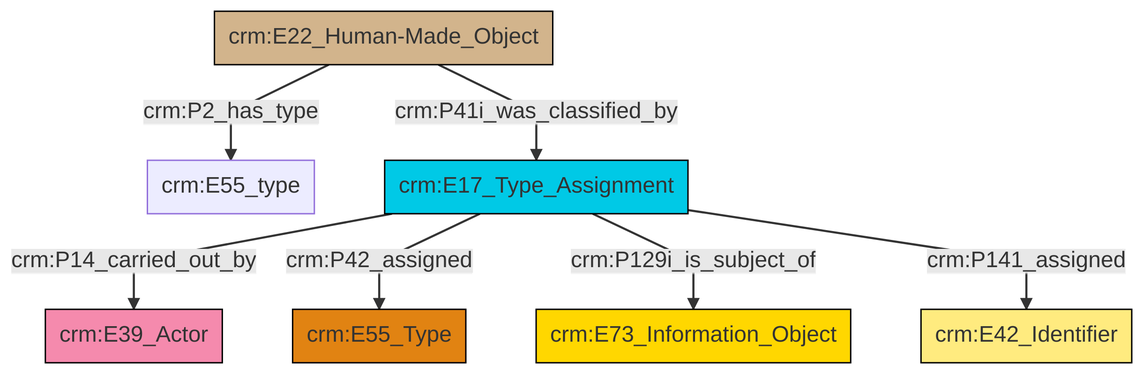
Before: et/builtWorkCSV/ttl/mmd/png/Built_Work_designation_status.png, a diagram exported from Mermaid (swiss-art-research-net/reference-data-models). Its source is kept beside it as et/builtWorkCSV/ttl/mmd/Built_Work_designation_status.ttl.mmd.
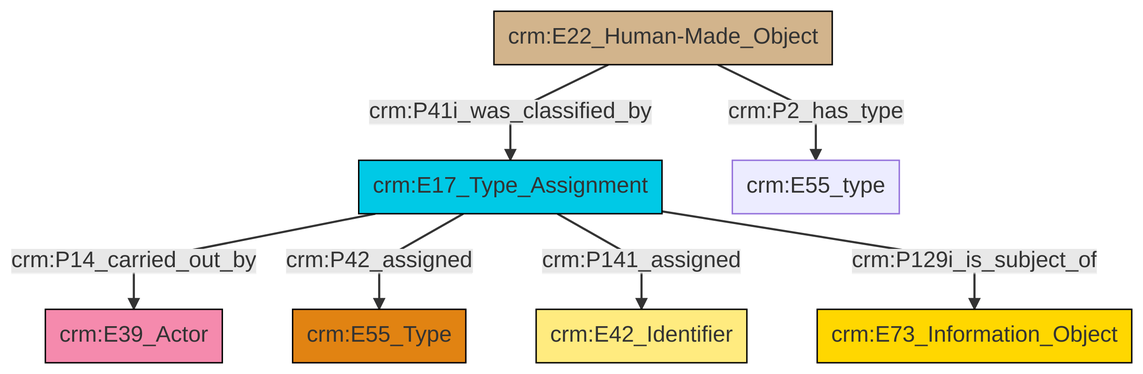
After the change.

What changed in the source:
```diff
@@ -13,9 +13,9 @@
 classDef PC_Classes fill:#4ce600, stroke:#000000;
 classDef Multi fill:#cccccc,stroke:#000000;
 
-4["crm:E22_Human-Made_Object"]:::Physical_Thing -->|crm:P41i_was_classified_by| 5["crm:E17_Type_Assignment"]:::Temporal_Entity
-5["crm:E17_Type_Assignment"]:::Temporal_Entity -->|crm:P14_carried_out_by| 9["crm:E39_Actor"]:::Actor
-5["crm:E17_Type_Assignment"]:::Temporal_Entity -->|crm:P42_assigned| 10["crm:E55_Type"]:::Type
-5["crm:E17_Type_Assignment"]:::Temporal_Entity -->|crm:P129i_is_subject_of| 2["crm:E73_Information_Object"]:::Conceptual_Object
-5["crm:E17_Type_Assignment"]:::Temporal_Entity -->|crm:P141_assigned| 7["crm:E42_Identifier"]:::Appellation
-4["crm:E22_Human-Made_Object"]:::Physical_Thing -->|crm:P2_has_type| 0["crm:E55_type"]:::Default
+0["crm:E17_Type_Assignment"]:::Temporal_Entity -->|crm:P14_carried_out_by| 1["crm:E39_Actor"]:::Actor
+0["crm:E17_Type_Assignment"]:::Temporal_Entity -->|crm:P42_assigned| 2["crm:E55_Type"]:::Type
+4["crm:E22_Human-Made_Object"]:::Physical_Thing -->|crm:P2_has_type| 5["crm:E55_type"]:::Default
+0["crm:E17_Type_Assignment"]:::Temporal_Entity -->|crm:P141_assigned| 6["crm:E42_Identifier"]:::Appellation
+4["crm:E22_Human-Made_Object"]:::Physical_Thing -->|crm:P41i_was_classified_by| 0["crm:E17_Type_Assignment"]:::Temporal_Entity
+0["crm:E17_Type_Assignment"]:::Temporal_Entity -->|crm:P129i_is_subject_of| 7["crm:E73_Information_Object"]:::Conceptual_Object
```
